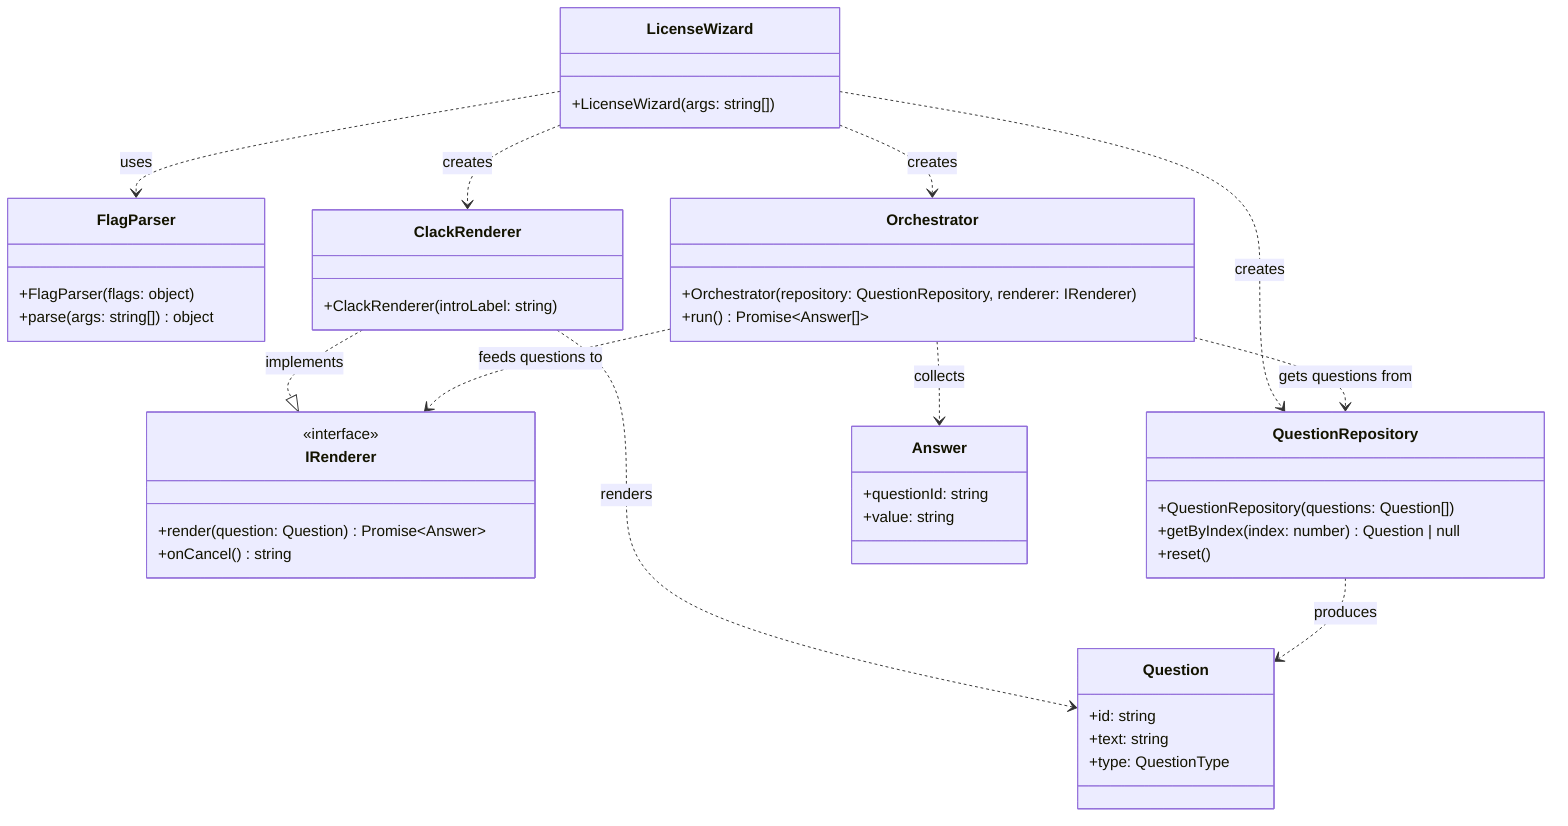
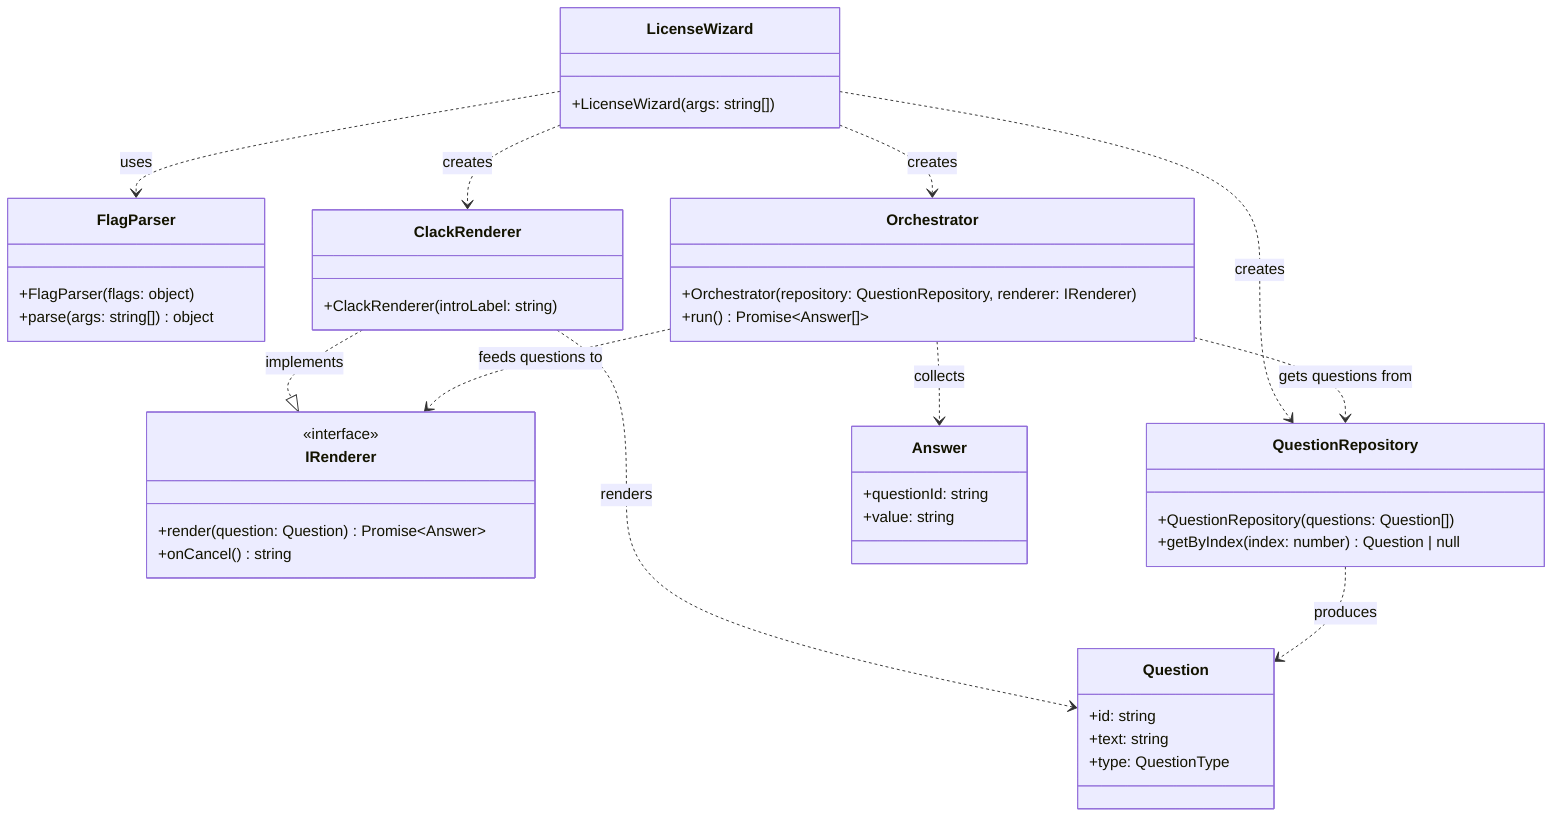
classDiagram
  class LicenseWizard {
    +LicenseWizard(args: string[])
  }

  class FlagParser {
    +FlagParser(flags: object)
    +parse(args: string[]) object
  }

  class Orchestrator {
    +Orchestrator(repository: QuestionRepository, renderer: IRenderer)
    +run() Promise~Answer[]~
  }

  class IRenderer {
    <<interface>>
    +render(question: Question) Promise~Answer~
    +onCancel() string
  }

  class ClackRenderer {
    +ClackRenderer(introLabel: string)
  }

  ClackRenderer ..|> IRenderer : implements

  class QuestionRepository {
    +QuestionRepository(questions: Question[])
    +getByIndex(index: number) Question | null
-     +reset()
  }

  class Question {
    +id: string
    +text: string
    +type: QuestionType
  }

  class Answer {
    +questionId: string
    +value: string
  }

  LicenseWizard ..> FlagParser : uses
  LicenseWizard ..> QuestionRepository : creates
  LicenseWizard ..> ClackRenderer : creates
  LicenseWizard ..> Orchestrator : creates
  Orchestrator ..> QuestionRepository : gets questions from
  Orchestrator ..> IRenderer : feeds questions to
  ClackRenderer ..> Question : renders
  QuestionRepository ..> Question : produces
  Orchestrator ..> Answer : collects
